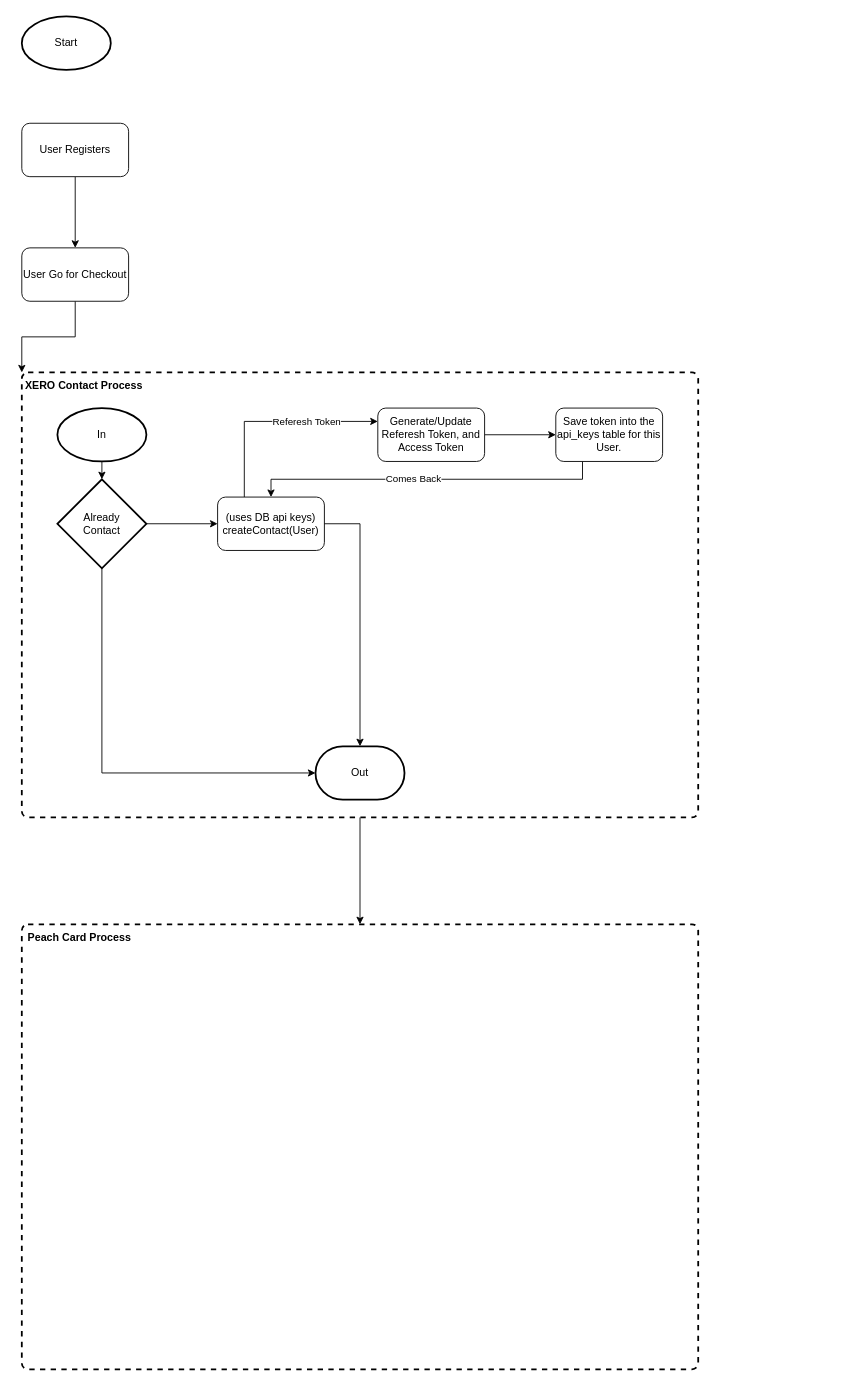
The draw.io diagram lockr-web-xero-api-flow.drawio in gulbitz/diagrams.net, before the edit. Source tidied: cells renumbered, new cells numbered last; positions are measured from the earlier drawing's top-left corner, leaving out a move shared by most shapes. Both pictures are drawn from the tidied source at 89%, with x=0, y=0 at pixel (21, 16).
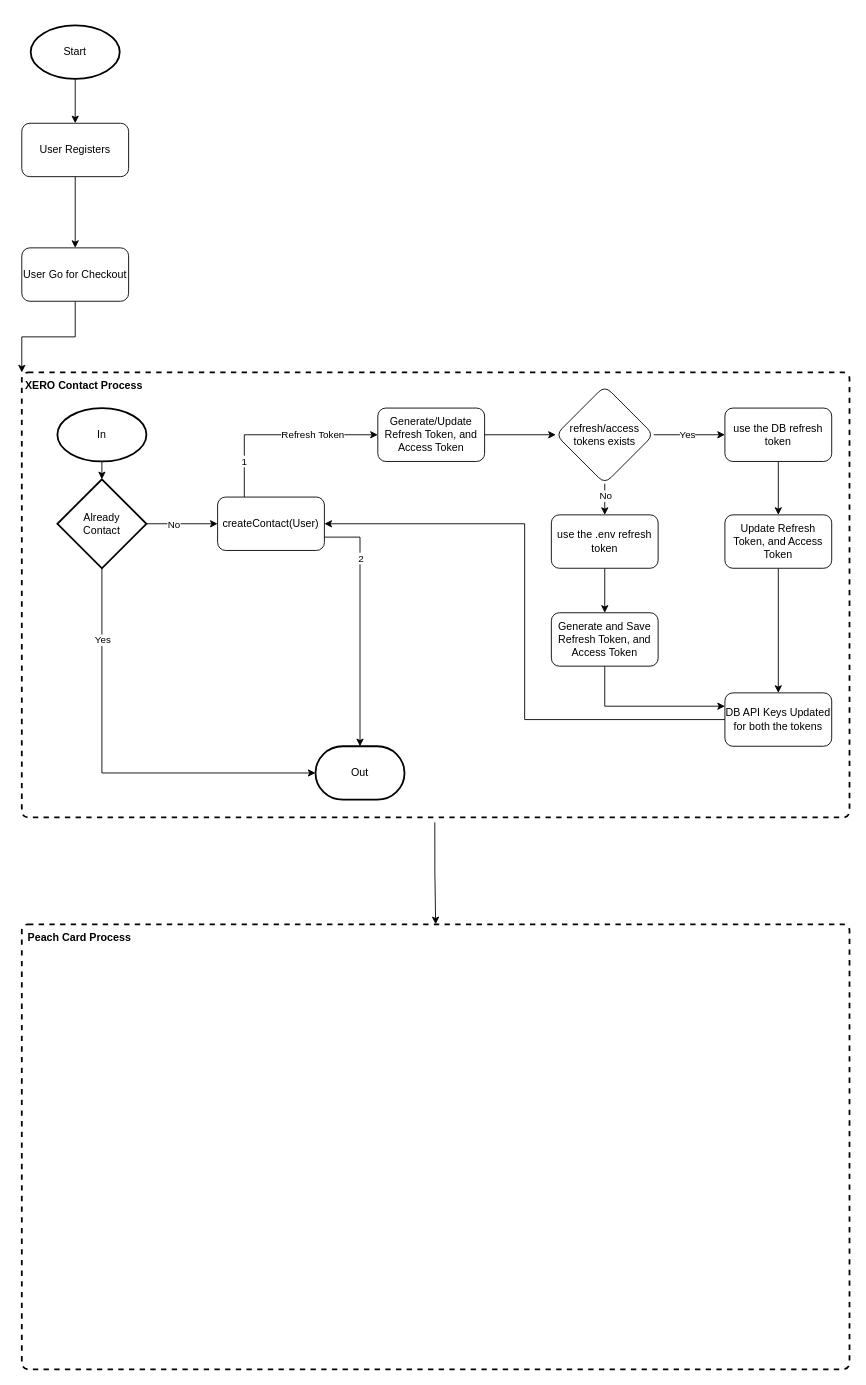
The same page after the edit.

The change refers to these unchanged cells:
```xml
<mxCell id="3" value="User Registers" style="rounded=1;whiteSpace=wrap;html=1;" parent="1" vertex="1">
  <mxGeometry y="120" width="120" height="60" as="geometry" />
</mxCell>
<mxCell id="8" style="edgeStyle=orthogonalEdgeStyle;rounded=0;jettySize=auto;html=1;exitX=1;exitY=0.5;exitDx=0;exitDy=0;exitPerimeter=0;entryX=0;entryY=0.5;entryDx=0;entryDy=0;" parent="1" edge="1" source="9" target="16">
  <mxGeometry relative="1" as="geometry" />
</mxCell>
<mxCell id="10" value="Out" style="strokeWidth=2;html=1;shape=mxgraph.flowchart.terminator;whiteSpace=wrap;" parent="1" vertex="1">
  <mxGeometry x="330" y="820" width="100" height="60" as="geometry" />
</mxCell>
<mxCell id="11" style="edgeStyle=orthogonalEdgeStyle;rounded=0;jettySize=auto;html=1;exitX=0.5;exitY=1;exitDx=0;exitDy=0;exitPerimeter=0;entryX=0;entryY=0.5;entryDx=0;entryDy=0;entryPerimeter=0;" parent="1" edge="1" source="9" target="10">
  <mxGeometry relative="1" as="geometry" />
</mxCell>
```

The edit, as a diff of the source:
```diff
@@
+    <mxCell id="27" style="rounded=1;whiteSpace=wrap;html=1;absoluteArcSize=1;arcSize=14;strokeWidth=2;dashed=1;fillColor=none;" parent="1" vertex="1">
+      <mxGeometry y="400" width="930" height="500" as="geometry" />
+    </mxCell>
@@
+    <mxCell id="29" style="edgeStyle=orthogonalEdgeStyle;rounded=0;jettySize=auto;html=1;exitX=0.5;exitY=1;exitDx=0;exitDy=0;exitPerimeter=0;entryX=0.5;entryY=0;entryDx=0;entryDy=0;" parent="1" edge="1" source="4" target="3">
+      <mxGeometry relative="1" as="geometry" />
+    </mxCell>
     <mxCell id="4" value="Start" style="strokeWidth=2;html=1;shape=mxgraph.flowchart.start_1;whiteSpace=wrap;" parent="1" vertex="1">
-      <mxGeometry width="100" height="60" as="geometry" />
+      <mxGeometry x="10" y="10" width="100" height="60" as="geometry" />
     </mxCell>
@@
-    <mxCell id="7" style="edgeStyle=orthogonalEdgeStyle;rounded=0;jettySize=auto;html=1;exitX=0.5;exitY=1;exitDx=0;exitDy=0;entryX=0.5;entryY=0;entryDx=0;entryDy=0;" parent="1" edge="1" source="27" target="24">
+    <mxCell id="7" style="edgeStyle=orthogonalEdgeStyle;rounded=0;jettySize=auto;html=1;entryX=0.5;entryY=0;entryDx=0;entryDy=0;exitX=0.499;exitY=1.011;exitDx=0;exitDy=0;exitPerimeter=0;" parent="1" edge="1" source="27" target="24">
       <mxGeometry relative="1" as="geometry" />
     </mxCell>
@@
+    <mxCell id="30" value="No" style="edgeLabel;html=1;align=center;verticalAlign=middle;" parent="8" vertex="1">
+      <mxGeometry x="-0.25" relative="1" as="geometry" />
+    </mxCell>
@@
+    <mxCell id="31" value="Yes" style="edgeLabel;html=1;align=center;verticalAlign=middle;" parent="11" vertex="1">
+      <mxGeometry x="-0.66" relative="1" as="geometry" />
+    </mxCell>
@@
-    <mxCell id="14" style="edgeStyle=orthogonalEdgeStyle;rounded=0;jettySize=auto;html=1;exitX=0.25;exitY=0;exitDx=0;exitDy=0;entryX=0;entryY=0.25;entryDx=0;entryDy=0;" parent="1" edge="1" source="16" target="18">
+    <mxCell id="14" style="edgeStyle=orthogonalEdgeStyle;rounded=0;jettySize=auto;html=1;exitX=0.25;exitY=0;exitDx=0;exitDy=0;entryX=0;entryY=0.5;entryDx=0;entryDy=0;" parent="1" edge="1" source="16" target="18">
       <mxGeometry relative="1" as="geometry" />
     </mxCell>
-    <mxCell id="15" value="Referesh Token" style="edgeLabel;html=1;align=center;verticalAlign=middle;" parent="14" vertex="1">
+    <mxCell id="15" value="Refresh Token" style="edgeLabel;html=1;align=center;verticalAlign=middle;" parent="14" vertex="1">
       <mxGeometry x="0.08" y="-1" relative="1" as="geometry">
         <mxPoint x="27" y="-2" as="offset" />
       </mxGeometry>
     </mxCell>
+    <mxCell id="32" value="1" style="edgeLabel;html=1;align=center;verticalAlign=middle;" parent="14" vertex="1">
+      <mxGeometry x="-0.63" y="1" relative="1" as="geometry" />
+    </mxCell>
-    <mxCell id="16" value="(uses DB api keys)&lt;br&gt;createContact(User)" style="rounded=1;whiteSpace=wrap;html=1;" parent="1" vertex="1">
+    <mxCell id="16" value="createContact(User)" style="rounded=1;whiteSpace=wrap;html=1;" parent="1" vertex="1">
       <mxGeometry x="220" y="540" width="120" height="60" as="geometry" />
     </mxCell>
-    <mxCell id="17" style="edgeStyle=orthogonalEdgeStyle;rounded=0;jettySize=auto;html=1;" parent="1" edge="1" source="18" target="21">
-      <mxGeometry relative="1" as="geometry" />
-    </mxCell>
+    <mxCell id="33" style="edgeStyle=orthogonalEdgeStyle;rounded=0;jettySize=auto;html=1;" parent="1" edge="1" source="18" target="40">
+      <mxGeometry relative="1" as="geometry" />
+    </mxCell>
-    <mxCell id="18" value="Generate/Update Referesh Token, and Access Token" style="rounded=1;whiteSpace=wrap;html=1;" parent="1" vertex="1">
+    <mxCell id="18" value="Generate/Update Refresh Token, and Access Token" style="rounded=1;whiteSpace=wrap;html=1;" parent="1" vertex="1">
       <mxGeometry x="400" y="440" width="120" height="60" as="geometry" />
     </mxCell>
-    <mxCell id="19" style="edgeStyle=orthogonalEdgeStyle;rounded=0;jettySize=auto;html=1;exitX=0.25;exitY=1;exitDx=0;exitDy=0;entryX=0.5;entryY=0;entryDx=0;entryDy=0;" parent="1" edge="1" source="21" target="16">
-      <mxGeometry relative="1" as="geometry" />
-    </mxCell>
-    <mxCell id="20" value="Comes Back" style="edgeLabel;html=1;align=center;verticalAlign=middle;" parent="19" vertex="1">
-      <mxGeometry x="0.08" y="-1" relative="1" as="geometry" />
-    </mxCell>
-    <mxCell id="21" value="Save token into the api_keys table for this User." style="rounded=1;whiteSpace=wrap;html=1;" parent="1" vertex="1">
-      <mxGeometry x="600" y="440" width="120" height="60" as="geometry" />
-    </mxCell>
-    <mxCell id="22" style="edgeStyle=orthogonalEdgeStyle;rounded=0;jettySize=auto;html=1;exitX=1;exitY=0.5;exitDx=0;exitDy=0;entryX=0.5;entryY=0;entryDx=0;entryDy=0;entryPerimeter=0;" parent="1" edge="1" source="16" target="10">
-      <mxGeometry relative="1" as="geometry" />
-    </mxCell>
     <mxCell id="23" style="group;" parent="1" vertex="1">
-      <mxGeometry y="1020" width="760" height="500" as="geometry" />
+      <mxGeometry y="1020" width="930" height="500" as="geometry" />
     </mxCell>
     <mxCell id="24" style="rounded=1;whiteSpace=wrap;html=1;absoluteArcSize=1;arcSize=14;strokeWidth=2;dashed=1;fillColor=none;" parent="23" vertex="1">
-      <mxGeometry width="760" height="500" as="geometry" />
+      <mxGeometry width="930" height="500" as="geometry" />
     </mxCell>
@@
-    <mxCell id="26" style="group;" parent="1" vertex="1">
-      <mxGeometry y="400" width="760" height="500" as="geometry" />
-    </mxCell>
-    <mxCell id="27" style="rounded=1;whiteSpace=wrap;html=1;absoluteArcSize=1;arcSize=14;strokeWidth=2;dashed=1;fillColor=none;" parent="26" vertex="1">
-      <mxGeometry width="760" height="500" as="geometry" />
-    </mxCell>
-    <mxCell id="28" value="XERO Contact Process" style="text;html=1;align=center;verticalAlign=middle;whiteSpace=wrap;rounded=0;fontStyle=1;" parent="26" vertex="1">
-      <mxGeometry width="140" height="30" as="geometry" />
+    <mxCell id="28" value="XERO Contact Process" style="text;html=1;align=center;verticalAlign=middle;whiteSpace=wrap;rounded=0;fontStyle=1;" parent="1" vertex="1">
+      <mxGeometry y="400" width="140" height="30" as="geometry" />
     </mxCell>
+    <mxCell id="34" style="edgeStyle=orthogonalEdgeStyle;rounded=0;jettySize=auto;html=1;exitX=0.5;exitY=1;exitDx=0;exitDy=0;entryX=0.5;entryY=0;entryDx=0;entryDy=0;" parent="1" edge="1" source="35" target="46">
+      <mxGeometry relative="1" as="geometry" />
+    </mxCell>
+    <mxCell id="35" value="use the DB refresh token" style="rounded=1;whiteSpace=wrap;html=1;" parent="1" vertex="1">
+      <mxGeometry x="790" y="440" width="120" height="60" as="geometry" />
+    </mxCell>
+    <mxCell id="36" style="edgeStyle=orthogonalEdgeStyle;rounded=0;jettySize=auto;html=1;" parent="1" edge="1" source="40" target="42">
+      <mxGeometry relative="1" as="geometry" />
+    </mxCell>
+    <mxCell id="37" value="No" style="edgeLabel;html=1;align=center;verticalAlign=middle;" parent="36" vertex="1">
+      <mxGeometry x="-0.42" relative="1" as="geometry" />
+    </mxCell>
+    <mxCell id="38" style="edgeStyle=orthogonalEdgeStyle;rounded=0;jettySize=auto;html=1;exitX=1;exitY=0.5;exitDx=0;exitDy=0;entryX=0;entryY=0.5;entryDx=0;entryDy=0;" parent="1" edge="1" source="40" target="35">
+      <mxGeometry relative="1" as="geometry" />
+    </mxCell>
+    <mxCell id="39" value="Yes" style="edgeLabel;html=1;align=center;verticalAlign=middle;" parent="38" vertex="1">
+      <mxGeometry x="-0.07" y="1" relative="1" as="geometry" />
+    </mxCell>
+    <mxCell id="40" value="refresh/access tokens exists" style="rhombus;whiteSpace=wrap;html=1;rounded=1;" parent="1" vertex="1">
+      <mxGeometry x="600" y="415" width="110" height="110" as="geometry" />
+    </mxCell>
+    <mxCell id="41" style="edgeStyle=orthogonalEdgeStyle;rounded=0;jettySize=auto;html=1;exitX=0.5;exitY=1;exitDx=0;exitDy=0;" parent="1" edge="1" source="42" target="44">
+      <mxGeometry relative="1" as="geometry" />
+    </mxCell>
+    <mxCell id="42" value="use the .env refresh token" style="whiteSpace=wrap;html=1;rounded=1;" parent="1" vertex="1">
+      <mxGeometry x="595" y="560" width="120" height="60" as="geometry" />
+    </mxCell>
+    <mxCell id="43" style="edgeStyle=orthogonalEdgeStyle;rounded=0;jettySize=auto;html=1;exitX=0.5;exitY=1;exitDx=0;exitDy=0;entryX=0;entryY=0.25;entryDx=0;entryDy=0;" parent="1" edge="1" source="44" target="48">
+      <mxGeometry relative="1" as="geometry" />
+    </mxCell>
+    <mxCell id="44" value="Generate and Save Refresh Token, and Access Token" style="rounded=1;whiteSpace=wrap;html=1;" parent="1" vertex="1">
+      <mxGeometry x="595" y="670" width="120" height="60" as="geometry" />
+    </mxCell>
+    <mxCell id="45" style="edgeStyle=orthogonalEdgeStyle;rounded=0;jettySize=auto;html=1;exitX=0.5;exitY=1;exitDx=0;exitDy=0;entryX=0.5;entryY=0;entryDx=0;entryDy=0;" parent="1" edge="1" source="46" target="48">
+      <mxGeometry relative="1" as="geometry" />
+    </mxCell>
+    <mxCell id="46" value="Update Refresh Token, and Access Token" style="rounded=1;whiteSpace=wrap;html=1;" parent="1" vertex="1">
+      <mxGeometry x="790" y="560" width="120" height="60" as="geometry" />
+    </mxCell>
+    <mxCell id="47" style="edgeStyle=orthogonalEdgeStyle;rounded=0;jettySize=auto;html=1;exitX=0;exitY=0.5;exitDx=0;exitDy=0;entryX=1;entryY=0.5;entryDx=0;entryDy=0;" parent="1" edge="1" source="48" target="16">
+      <mxGeometry relative="1" as="geometry">
+        <Array as="points">
+          <mxPoint x="565" y="790" />
+          <mxPoint x="565" y="570" />
+        </Array>
+      </mxGeometry>
+    </mxCell>
+    <mxCell id="48" value="DB API Keys Updated for both the tokens" style="rounded=1;whiteSpace=wrap;html=1;" parent="1" vertex="1">
+      <mxGeometry x="790" y="760" width="120" height="60" as="geometry" />
+    </mxCell>
+    <mxCell id="22" style="edgeStyle=orthogonalEdgeStyle;rounded=0;jettySize=auto;html=1;exitX=1;exitY=0.75;exitDx=0;exitDy=0;entryX=0.5;entryY=0;entryDx=0;entryDy=0;entryPerimeter=0;" parent="1" edge="1" source="16" target="10">
+      <mxGeometry relative="1" as="geometry" />
+    </mxCell>
+    <mxCell id="49" value="2" style="edgeLabel;html=1;align=center;verticalAlign=middle;" parent="22" vertex="1">
+      <mxGeometry x="-0.54" relative="1" as="geometry" />
+    </mxCell>
```
